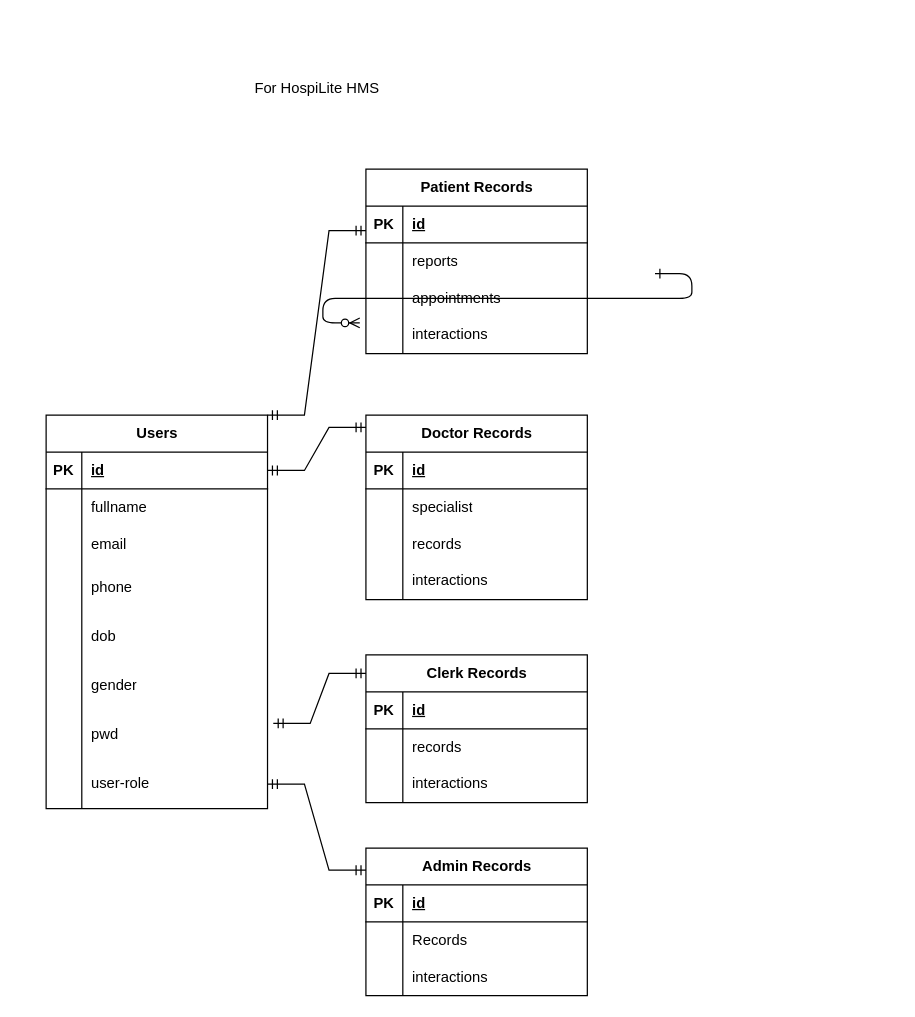
Above: docs/draw.io_files/ERDiagram.drawio in PranavDalvi/HospiLite (draw.io), before the change. Source tidied: cells renumbered, new cells numbered last; positions are measured from the earlier drawing's top-left corner, leaving out a move shared by most shapes. Both pictures are drawn from the tidied source at 123%, with x=0, y=0 at pixel (46, 70).
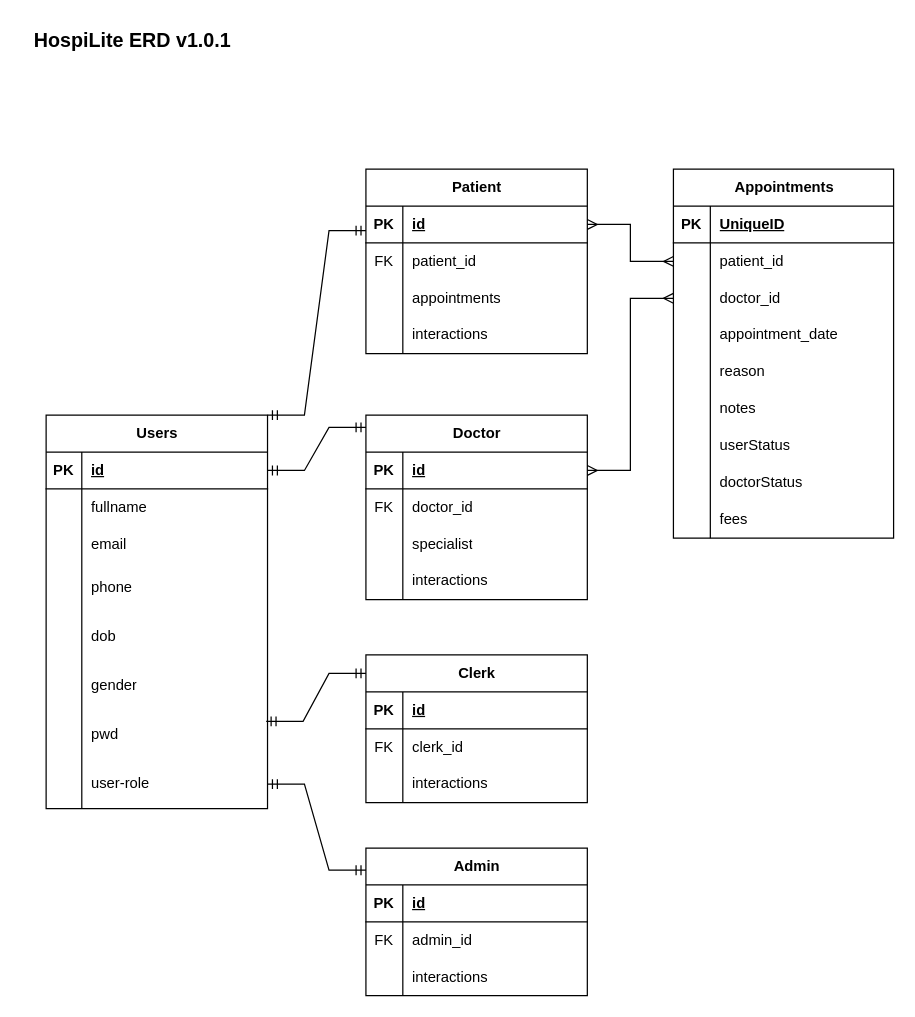
The same page after the edit.

Commit message (it also covers changes not shown here):
update admin view (new DB structure)

The change refers to these unchanged cells:
```xml
<mxCell id="3" value="Users" style="shape=table;startSize=30;childLayout=tableLayout;rowLines=0;fontStyle=1;align=center;html=1;" parent="1" vertex="1">
  <mxGeometry y="280" width="180" height="320" as="geometry" />
</mxCell>
<mxCell id="22" style="shape=tableRow;horizontal=0;startSize=0;swimlaneHead=0;swimlaneBody=0;fillColor=none;points=[[0,0.5],[1,0.5]];portConstraint=eastwest;top=0;left=0;right=0;bottom=0;" parent="3" vertex="1">
  <mxGeometry y="240" width="180" height="40" as="geometry" />
</mxCell>
<mxCell id="29" style="shape=tableRow;horizontal=0;startSize=0;swimlaneHead=0;swimlaneBody=0;fillColor=none;points=[[0,0.5],[1,0.5]];portConstraint=eastwest;top=0;left=0;right=0;bottom=1;" parent="28" vertex="1">
  <mxGeometry y="30" width="180" height="30" as="geometry" />
</mxCell>
<mxCell id="32" style="shape=tableRow;horizontal=0;startSize=0;swimlaneHead=0;swimlaneBody=0;fillColor=none;top=0;left=0;right=0;bottom=0;" parent="28" vertex="1">
  <mxGeometry y="60" width="180" height="30" as="geometry" />
</mxCell>
<mxCell id="42" style="shape=tableRow;horizontal=0;startSize=0;swimlaneHead=0;swimlaneBody=0;fillColor=none;points=[[0,0.5],[1,0.5]];portConstraint=eastwest;top=0;left=0;right=0;bottom=1;" parent="41" vertex="1">
  <mxGeometry y="30" width="180" height="30" as="geometry" />
</mxCell>
<mxCell id="45" style="shape=tableRow;horizontal=0;startSize=0;swimlaneHead=0;swimlaneBody=0;fillColor=none;top=0;left=0;right=0;bottom=0;" parent="41" vertex="1">
  <mxGeometry y="60" width="180" height="30" as="geometry" />
</mxCell>
<mxCell id="48" style="shape=tableRow;horizontal=0;startSize=0;swimlaneHead=0;swimlaneBody=0;fillColor=none;top=0;left=0;right=0;bottom=0;" parent="41" vertex="1">
  <mxGeometry y="90" width="180" height="30" as="geometry" />
</mxCell>
<mxCell id="58" style="shape=tableRow;horizontal=0;startSize=0;swimlaneHead=0;swimlaneBody=0;fillColor=none;top=0;left=0;right=0;bottom=0;" parent="54" vertex="1">
  <mxGeometry y="60" width="180" height="30" as="geometry" />
</mxCell>
<mxCell id="68" style="shape=tableRow;horizontal=0;startSize=0;swimlaneHead=0;swimlaneBody=0;fillColor=none;top=0;left=0;right=0;bottom=0;" parent="64" vertex="1">
  <mxGeometry y="60" width="180" height="30" as="geometry" />
</mxCell>
```

Change to the diagram source:
```diff
@@
-    <mxCell id="2" style="edgeStyle=entityRelationEdgeStyle;endArrow=ERzeroToMany;startArrow=ERone;endFill=1;startFill=0;" parent="1" edge="1">
-      <mxGeometry relative="1" as="geometry">
-        <mxPoint x="495" y="165" as="sourcePoint" />
-        <mxPoint x="255" y="205" as="targetPoint" />
-      </mxGeometry>
-    </mxCell>
@@
-    <mxCell id="28" value="Patient Records" style="shape=table;startSize=30;childLayout=tableLayout;rowLines=0;fontStyle=1;align=center;html=1;" parent="1" vertex="1">
+    <mxCell id="28" value="Patient" style="shape=table;startSize=30;childLayout=tableLayout;rowLines=0;fontStyle=1;align=center;html=1;" parent="1" vertex="1">
       <mxGeometry x="260" y="80" width="180" height="150" as="geometry" />
     </mxCell>
@@
-    <mxCell id="33" style="shape=partialRectangle;fillColor=none;top=0;left=0;bottom=0;right=0;overflow=hidden;whiteSpace=wrap;html=1;" parent="32" vertex="1">
+    <mxCell id="33" value="FK" style="shape=partialRectangle;fillColor=none;top=0;left=0;bottom=0;right=0;overflow=hidden;whiteSpace=wrap;html=1;" parent="32" vertex="1">
       <mxGeometry width="30" height="30" as="geometry" />
     </mxCell>
-    <mxCell id="34" value="reports" style="shape=partialRectangle;fillColor=none;top=0;left=0;bottom=0;right=0;align=left;spacingLeft=6;overflow=hidden;whiteSpace=wrap;html=1;" parent="32" vertex="1">
+    <mxCell id="34" value="patient_id" style="shape=partialRectangle;fillColor=none;top=0;left=0;bottom=0;right=0;align=left;spacingLeft=6;overflow=hidden;whiteSpace=wrap;html=1;" parent="32" vertex="1">
       <mxGeometry x="30" width="150" height="30" as="geometry" />
     </mxCell>
@@
-    <mxCell id="41" value="Doctor Records" style="shape=table;startSize=30;childLayout=tableLayout;rowLines=0;fontStyle=1;align=center;html=1;" parent="1" vertex="1">
+    <mxCell id="41" value="Doctor" style="shape=table;startSize=30;childLayout=tableLayout;rowLines=0;fontStyle=1;align=center;html=1;" parent="1" vertex="1">
       <mxGeometry x="260" y="280" width="180" height="150" as="geometry" />
     </mxCell>
@@
-    <mxCell id="46" style="shape=partialRectangle;fillColor=none;top=0;left=0;bottom=0;right=0;overflow=hidden;whiteSpace=wrap;html=1;" parent="45" vertex="1">
+    <mxCell id="46" value="FK" style="shape=partialRectangle;fillColor=none;top=0;left=0;bottom=0;right=0;overflow=hidden;whiteSpace=wrap;html=1;" parent="45" vertex="1">
       <mxGeometry width="30" height="30" as="geometry" />
     </mxCell>
-    <mxCell id="47" value="specialist" style="shape=partialRectangle;fillColor=none;top=0;left=0;bottom=0;right=0;align=left;spacingLeft=6;overflow=hidden;whiteSpace=wrap;html=1;" parent="45" vertex="1">
+    <mxCell id="47" value="doctor_id" style="shape=partialRectangle;fillColor=none;top=0;left=0;bottom=0;right=0;align=left;spacingLeft=6;overflow=hidden;whiteSpace=wrap;html=1;" parent="45" vertex="1">
       <mxGeometry x="30" width="150" height="30" as="geometry" />
     </mxCell>
@@
-    <mxCell id="50" value="records" style="shape=partialRectangle;fillColor=none;top=0;left=0;bottom=0;right=0;align=left;spacingLeft=6;overflow=hidden;whiteSpace=wrap;html=1;" parent="48" vertex="1">
+    <mxCell id="50" value="specialist" style="shape=partialRectangle;fillColor=none;top=0;left=0;bottom=0;right=0;align=left;spacingLeft=6;overflow=hidden;whiteSpace=wrap;html=1;" parent="48" vertex="1">
       <mxGeometry x="30" width="150" height="30" as="geometry" />
     </mxCell>
@@
-    <mxCell id="54" value="Clerk Records" style="shape=table;startSize=30;childLayout=tableLayout;rowLines=0;fontStyle=1;align=center;html=1;" parent="1" vertex="1">
+    <mxCell id="54" value="Clerk" style="shape=table;startSize=30;childLayout=tableLayout;rowLines=0;fontStyle=1;align=center;html=1;" parent="1" vertex="1">
       <mxGeometry x="260" y="475" width="180" height="120" as="geometry" />
     </mxCell>
@@
-    <mxCell id="59" style="shape=partialRectangle;fillColor=none;top=0;left=0;bottom=0;right=0;overflow=hidden;whiteSpace=wrap;html=1;" parent="58" vertex="1">
+    <mxCell id="59" value="FK" style="shape=partialRectangle;fillColor=none;top=0;left=0;bottom=0;right=0;overflow=hidden;whiteSpace=wrap;html=1;" parent="58" vertex="1">
       <mxGeometry width="30" height="30" as="geometry" />
     </mxCell>
-    <mxCell id="60" value="records" style="shape=partialRectangle;fillColor=none;top=0;left=0;bottom=0;right=0;align=left;spacingLeft=6;overflow=hidden;whiteSpace=wrap;html=1;" parent="58" vertex="1">
+    <mxCell id="60" value="clerk_id" style="shape=partialRectangle;fillColor=none;top=0;left=0;bottom=0;right=0;align=left;spacingLeft=6;overflow=hidden;whiteSpace=wrap;html=1;" parent="58" vertex="1">
       <mxGeometry x="30" width="150" height="30" as="geometry" />
     </mxCell>
@@
-    <mxCell id="64" value="Admin Records" style="shape=table;startSize=30;childLayout=tableLayout;rowLines=0;fontStyle=1;align=center;html=1;" parent="1" vertex="1">
+    <mxCell id="64" value="Admin" style="shape=table;startSize=30;childLayout=tableLayout;rowLines=0;fontStyle=1;align=center;html=1;" parent="1" vertex="1">
       <mxGeometry x="260" y="632" width="180" height="120" as="geometry" />
     </mxCell>
@@
-    <mxCell id="69" style="shape=partialRectangle;fillColor=none;top=0;left=0;bottom=0;right=0;overflow=hidden;whiteSpace=wrap;html=1;" parent="68" vertex="1">
+    <mxCell id="69" value="FK" style="shape=partialRectangle;fillColor=none;top=0;left=0;bottom=0;right=0;overflow=hidden;whiteSpace=wrap;html=1;" parent="68" vertex="1">
       <mxGeometry width="30" height="30" as="geometry" />
     </mxCell>
-    <mxCell id="70" value="Records" style="shape=partialRectangle;fillColor=none;top=0;left=0;bottom=0;right=0;align=left;spacingLeft=6;overflow=hidden;whiteSpace=wrap;html=1;" parent="68" vertex="1">
+    <mxCell id="70" value="admin_id" style="shape=partialRectangle;fillColor=none;top=0;left=0;bottom=0;right=0;align=left;spacingLeft=6;overflow=hidden;whiteSpace=wrap;html=1;" parent="68" vertex="1">
       <mxGeometry x="30" width="150" height="30" as="geometry" />
     </mxCell>
@@
     <mxCell id="74" style="edgeStyle=entityRelationEdgeStyle;fontSize=12;html=1;endArrow=ERmandOne;startArrow=ERmandOne;rounded=0;exitX=1;exitY=0;exitDx=0;exitDy=0;" parent="1" edge="1" source="3">
       <mxGeometry relative="1" as="geometry">
         <mxPoint x="260" y="130" as="targetPoint" />
         <Array as="points">
           <mxPoint x="50" y="90" />
+          <mxPoint x="220" y="200" />
           <mxPoint x="60" y="120" />
         </Array>
       </mxGeometry>
     </mxCell>
@@
-    <mxCell id="76" style="edgeStyle=entityRelationEdgeStyle;fontSize=12;html=1;endArrow=ERmandOne;startArrow=ERmandOne;rounded=0;exitX=1.026;exitY=0.266;exitDx=0;exitDy=0;exitPerimeter=0;" parent="1" edge="1" source="22">
+    <mxCell id="76" style="edgeStyle=entityRelationEdgeStyle;fontSize=12;html=1;endArrow=ERmandOne;startArrow=ERmandOne;rounded=0;exitX=0.994;exitY=0.225;exitDx=0;exitDy=0;exitPerimeter=0;" parent="1" edge="1" source="22">
       <mxGeometry relative="1" as="geometry">
         <mxPoint x="260" y="490" as="targetPoint" />
         <Array as="points">
           <mxPoint x="50" y="450" />
           <mxPoint x="210" y="680" />
           <mxPoint x="190" y="800" />
           <mxPoint x="60" y="480" />
         </Array>
       </mxGeometry>
     </mxCell>
@@
-    <mxCell id="78" value="For HospiLite HMS" style="text;html=1;align=center;verticalAlign=middle;strokeColor=none;fillColor=none;" parent="1" vertex="1">
-      <mxGeometry x="160" width="120" height="30" as="geometry" />
+    <mxCell id="78" value="&lt;b&gt;&lt;font style=&quot;font-size: 16px;&quot;&gt;HospiLite ERD v1.0.1&lt;/font&gt;&lt;/b&gt;" style="text;html=1;align=center;verticalAlign=middle;strokeColor=none;fillColor=none;" parent="1" vertex="1">
+      <mxGeometry x="-20" y="-40" width="180" height="30" as="geometry" />
     </mxCell>
+    <mxCell id="79" value="Appointments" style="shape=table;startSize=30;childLayout=tableLayout;rowLines=0;fontStyle=1;align=center;html=1;" parent="1" vertex="1">
+      <mxGeometry x="510" y="80" width="179" height="300" as="geometry" />
+    </mxCell>
+    <mxCell id="80" style="shape=tableRow;horizontal=0;startSize=0;swimlaneHead=0;swimlaneBody=0;fillColor=none;top=0;left=0;right=0;bottom=1;" parent="79" vertex="1">
+      <mxGeometry y="30" width="179" height="30" as="geometry" />
+    </mxCell>
+    <mxCell id="81" value="PK" style="shape=partialRectangle;fillColor=none;top=0;left=0;bottom=0;right=0;fontStyle=1;overflow=hidden;whiteSpace=wrap;html=1;" parent="80" vertex="1">
+      <mxGeometry width="30" height="30" as="geometry" />
+    </mxCell>
+    <mxCell id="82" value="UniqueID" style="shape=partialRectangle;fillColor=none;top=0;left=0;bottom=0;right=0;align=left;spacingLeft=6;fontStyle=5;overflow=hidden;whiteSpace=wrap;html=1;" parent="80" vertex="1">
+      <mxGeometry x="30" width="149" height="30" as="geometry" />
+    </mxCell>
+    <mxCell id="83" style="shape=tableRow;horizontal=0;startSize=0;swimlaneHead=0;swimlaneBody=0;fillColor=none;points=[[0,0.5],[1,0.5]];portConstraint=eastwest;top=0;left=0;right=0;bottom=0;" parent="79" vertex="1">
+      <mxGeometry y="60" width="179" height="30" as="geometry" />
+    </mxCell>
+    <mxCell id="84" style="shape=partialRectangle;fillColor=none;top=0;left=0;bottom=0;right=0;overflow=hidden;whiteSpace=wrap;html=1;" parent="83" vertex="1">
+      <mxGeometry width="30" height="30" as="geometry" />
+    </mxCell>
+    <mxCell id="85" value="patient_id" style="shape=partialRectangle;fillColor=none;top=0;left=0;bottom=0;right=0;align=left;spacingLeft=6;overflow=hidden;whiteSpace=wrap;html=1;" parent="83" vertex="1">
+      <mxGeometry x="30" width="149" height="30" as="geometry" />
+    </mxCell>
+    <mxCell id="86" style="shape=tableRow;horizontal=0;startSize=0;swimlaneHead=0;swimlaneBody=0;fillColor=none;points=[[0,0.5],[1,0.5]];portConstraint=eastwest;top=0;left=0;right=0;bottom=0;" parent="79" vertex="1">
+      <mxGeometry y="90" width="179" height="30" as="geometry" />
+    </mxCell>
+    <mxCell id="87" style="shape=partialRectangle;fillColor=none;top=0;left=0;bottom=0;right=0;overflow=hidden;whiteSpace=wrap;html=1;" parent="86" vertex="1">
+      <mxGeometry width="30" height="30" as="geometry" />
+    </mxCell>
+    <mxCell id="88" value="doctor_id" style="shape=partialRectangle;fillColor=none;top=0;left=0;bottom=0;right=0;align=left;spacingLeft=6;overflow=hidden;whiteSpace=wrap;html=1;" parent="86" vertex="1">
+      <mxGeometry x="30" width="149" height="30" as="geometry" />
+    </mxCell>
+    <mxCell id="89" style="shape=tableRow;horizontal=0;startSize=0;swimlaneHead=0;swimlaneBody=0;fillColor=none;top=0;left=0;right=0;bottom=0;" parent="79" vertex="1">
+      <mxGeometry y="120" width="179" height="30" as="geometry" />
+    </mxCell>
+    <mxCell id="90" style="shape=partialRectangle;fillColor=none;top=0;left=0;bottom=0;right=0;overflow=hidden;whiteSpace=wrap;html=1;" parent="89" vertex="1">
+      <mxGeometry width="30" height="30" as="geometry" />
+    </mxCell>
+    <mxCell id="91" value="appointment_date" style="shape=partialRectangle;fillColor=none;top=0;left=0;bottom=0;right=0;align=left;spacingLeft=6;overflow=hidden;whiteSpace=wrap;html=1;" parent="89" vertex="1">
+      <mxGeometry x="30" width="149" height="30" as="geometry" />
+    </mxCell>
+    <mxCell id="92" style="shape=tableRow;horizontal=0;startSize=0;swimlaneHead=0;swimlaneBody=0;fillColor=none;top=0;left=0;right=0;bottom=0;" parent="79" vertex="1">
+      <mxGeometry y="150" width="179" height="30" as="geometry" />
+    </mxCell>
+    <mxCell id="93" style="shape=partialRectangle;fillColor=none;top=0;left=0;bottom=0;right=0;overflow=hidden;whiteSpace=wrap;html=1;" parent="92" vertex="1">
+      <mxGeometry width="30" height="30" as="geometry" />
+    </mxCell>
+    <mxCell id="94" value="reason" style="shape=partialRectangle;fillColor=none;top=0;left=0;bottom=0;right=0;align=left;spacingLeft=6;overflow=hidden;whiteSpace=wrap;html=1;" parent="92" vertex="1">
+      <mxGeometry x="30" width="149" height="30" as="geometry" />
+    </mxCell>
+    <mxCell id="95" style="shape=tableRow;horizontal=0;startSize=0;swimlaneHead=0;swimlaneBody=0;fillColor=none;top=0;left=0;right=0;bottom=0;" parent="79" vertex="1">
+      <mxGeometry y="180" width="179" height="30" as="geometry" />
+    </mxCell>
+    <mxCell id="96" style="shape=partialRectangle;fillColor=none;top=0;left=0;bottom=0;right=0;overflow=hidden;whiteSpace=wrap;html=1;" parent="95" vertex="1">
+      <mxGeometry width="30" height="30" as="geometry" />
+    </mxCell>
+    <mxCell id="97" value="notes" style="shape=partialRectangle;fillColor=none;top=0;left=0;bottom=0;right=0;align=left;spacingLeft=6;overflow=hidden;whiteSpace=wrap;html=1;" parent="95" vertex="1">
+      <mxGeometry x="30" width="149" height="30" as="geometry" />
+    </mxCell>
+    <mxCell id="98" style="shape=tableRow;horizontal=0;startSize=0;swimlaneHead=0;swimlaneBody=0;fillColor=none;top=0;left=0;right=0;bottom=0;" parent="79" vertex="1">
+      <mxGeometry y="210" width="179" height="30" as="geometry" />
+    </mxCell>
+    <mxCell id="99" style="shape=partialRectangle;fillColor=none;top=0;left=0;bottom=0;right=0;overflow=hidden;whiteSpace=wrap;html=1;" parent="98" vertex="1">
+      <mxGeometry width="30" height="30" as="geometry" />
+    </mxCell>
+    <mxCell id="100" value="userStatus" style="shape=partialRectangle;fillColor=none;top=0;left=0;bottom=0;right=0;align=left;spacingLeft=6;overflow=hidden;whiteSpace=wrap;html=1;" parent="98" vertex="1">
+      <mxGeometry x="30" width="149" height="30" as="geometry" />
+    </mxCell>
+    <mxCell id="101" style="shape=tableRow;horizontal=0;startSize=0;swimlaneHead=0;swimlaneBody=0;fillColor=none;top=0;left=0;right=0;bottom=0;" parent="79" vertex="1">
+      <mxGeometry y="240" width="179" height="30" as="geometry" />
+    </mxCell>
+    <mxCell id="102" style="shape=partialRectangle;fillColor=none;top=0;left=0;bottom=0;right=0;overflow=hidden;whiteSpace=wrap;html=1;" parent="101" vertex="1">
+      <mxGeometry width="30" height="30" as="geometry" />
+    </mxCell>
+    <mxCell id="103" value="doctorStatus" style="shape=partialRectangle;fillColor=none;top=0;left=0;bottom=0;right=0;align=left;spacingLeft=6;overflow=hidden;whiteSpace=wrap;html=1;" parent="101" vertex="1">
+      <mxGeometry x="30" width="149" height="30" as="geometry" />
+    </mxCell>
+    <mxCell id="104" style="shape=tableRow;horizontal=0;startSize=0;swimlaneHead=0;swimlaneBody=0;fillColor=none;top=0;left=0;right=0;bottom=0;" parent="79" vertex="1">
+      <mxGeometry y="270" width="179" height="30" as="geometry" />
+    </mxCell>
+    <mxCell id="105" style="shape=partialRectangle;fillColor=none;top=0;left=0;bottom=0;right=0;overflow=hidden;whiteSpace=wrap;html=1;" parent="104" vertex="1">
+      <mxGeometry width="30" height="30" as="geometry" />
+    </mxCell>
+    <mxCell id="106" value="fees" style="shape=partialRectangle;fillColor=none;top=0;left=0;bottom=0;right=0;align=left;spacingLeft=6;overflow=hidden;whiteSpace=wrap;html=1;" parent="104" vertex="1">
+      <mxGeometry x="30" width="149" height="30" as="geometry" />
+    </mxCell>
+    <mxCell id="107" style="edgeStyle=orthogonalEdgeStyle;rounded=0;jettySize=auto;html=1;exitX=1;exitY=0.5;exitDx=0;exitDy=0;entryX=0;entryY=0.5;entryDx=0;entryDy=0;startArrow=ERmany;startFill=0;endArrow=ERmany;endFill=0;" parent="1" edge="1" source="29" target="83">
+      <mxGeometry relative="1" as="geometry" />
+    </mxCell>
+    <mxCell id="108" style="edgeStyle=orthogonalEdgeStyle;rounded=0;jettySize=auto;html=1;exitX=1;exitY=0.5;exitDx=0;exitDy=0;entryX=0;entryY=0.5;entryDx=0;entryDy=0;startArrow=ERmany;startFill=0;endArrow=ERmany;endFill=0;" parent="1" edge="1" source="42" target="86">
+      <mxGeometry relative="1" as="geometry" />
+    </mxCell>
```
